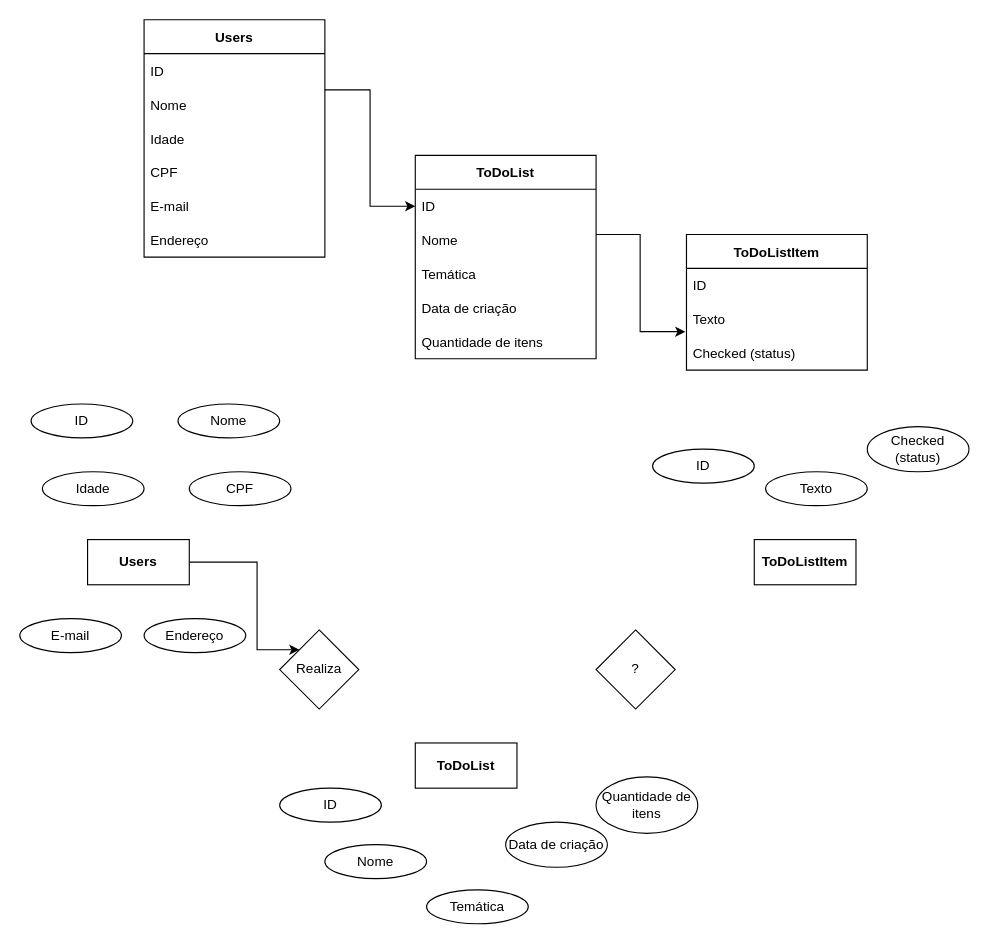
Earlier version of the draw.io diagram Aula-02/To-Do List.drawio (gabriela-gnsales/banco-de-dados). Source tidied: cells renumbered, new cells numbered last; positions are measured from the earlier drawing's top-left corner, leaving out a move shared by most shapes. Both pictures are drawn from the tidied source at 113%, with x=0, y=0 at pixel (19, 19).
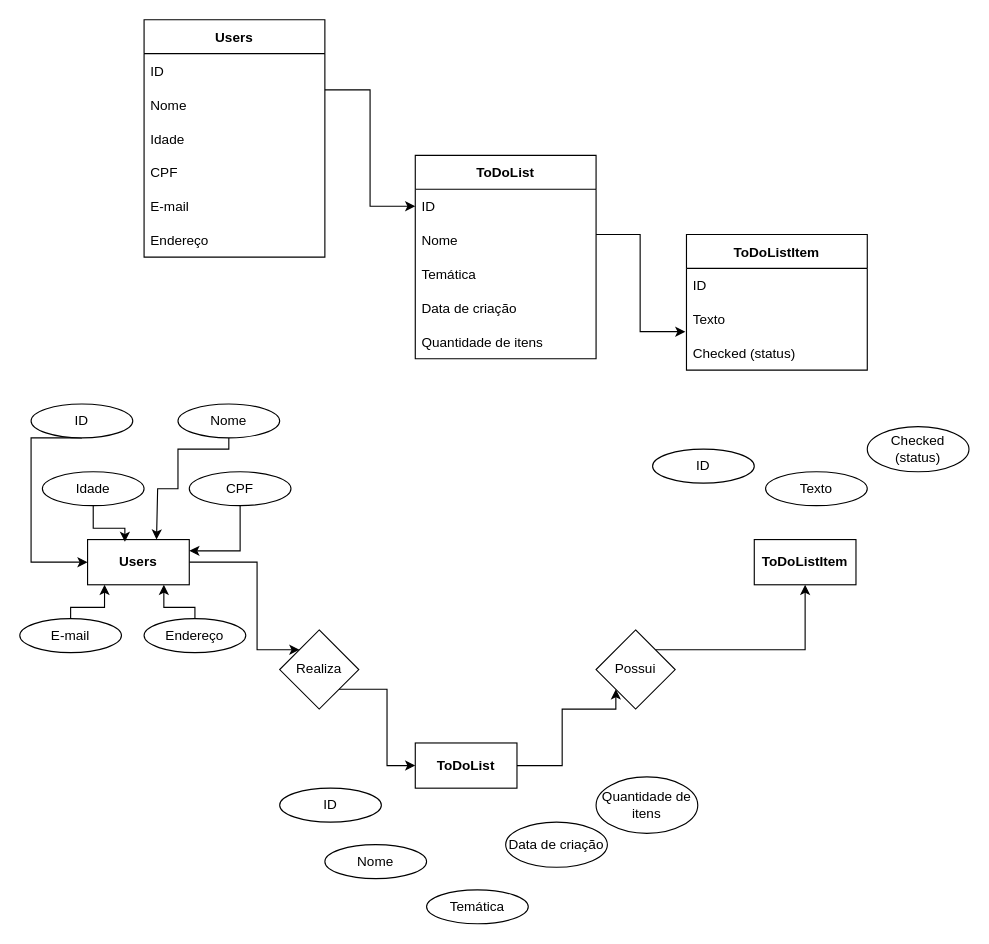
After the change.

Unchanged cells that the change refers to:
```xml
<mxCell id="21" value="Realiza" style="rhombus;whiteSpace=wrap;html=1;" parent="1" vertex="1">
  <mxGeometry x="230" y="540" width="70" height="70" as="geometry" />
</mxCell>
<mxCell id="23" value="&lt;b&gt;Users&lt;/b&gt;" style="rounded=0;whiteSpace=wrap;html=1;" parent="1" vertex="1">
  <mxGeometry x="60" y="460" width="90" height="40" as="geometry" />
</mxCell>
<mxCell id="24" value="&lt;span style=&quot;font-weight: 700&quot;&gt;ToDoList&lt;/span&gt;" style="rounded=0;whiteSpace=wrap;html=1;" parent="1" vertex="1">
  <mxGeometry x="350" y="640" width="90" height="40" as="geometry" />
</mxCell>
<mxCell id="26" value="&lt;span style=&quot;font-weight: 700&quot;&gt;ToDoListItem&lt;/span&gt;" style="rounded=0;whiteSpace=wrap;html=1;" parent="1" vertex="1">
  <mxGeometry x="650" y="460" width="90" height="40" as="geometry" />
</mxCell>
<mxCell id="27" value="ID" style="ellipse;whiteSpace=wrap;html=1;" parent="1" vertex="1">
  <mxGeometry x="10" y="340" width="90" height="30" as="geometry" />
</mxCell>
<mxCell id="28" value="&lt;span style=&quot;text-align: left&quot;&gt;Endereço&lt;/span&gt;" style="ellipse;whiteSpace=wrap;html=1;" parent="1" vertex="1">
  <mxGeometry x="110" y="530" width="90" height="30" as="geometry" />
</mxCell>
<mxCell id="29" value="&lt;span style=&quot;text-align: left&quot;&gt;Nome&lt;/span&gt;" style="ellipse;whiteSpace=wrap;html=1;" parent="1" vertex="1">
  <mxGeometry x="140" y="340" width="90" height="30" as="geometry" />
</mxCell>
<mxCell id="30" value="&lt;span style=&quot;text-align: left&quot;&gt;Idade&lt;/span&gt;" style="ellipse;whiteSpace=wrap;html=1;" parent="1" vertex="1">
  <mxGeometry x="20" y="400" width="90" height="30" as="geometry" />
</mxCell>
<mxCell id="31" value="&lt;span style=&quot;text-align: left&quot;&gt;CPF&lt;/span&gt;" style="ellipse;whiteSpace=wrap;html=1;" parent="1" vertex="1">
  <mxGeometry x="150" y="400" width="90" height="30" as="geometry" />
</mxCell>
<mxCell id="32" value="&lt;span style=&quot;text-align: left&quot;&gt;E-mail&lt;/span&gt;" style="ellipse;whiteSpace=wrap;html=1;" parent="1" vertex="1">
  <mxGeometry y="530" width="90" height="30" as="geometry" />
</mxCell>
```

Change to the diagram source:
```diff
@@
+    <mxCell id="41" style="edgeStyle=orthogonalEdgeStyle;rounded=0;jettySize=auto;html=1;exitX=1;exitY=1;exitDx=0;exitDy=0;entryX=0;entryY=0.5;entryDx=0;entryDy=0;" parent="1" edge="1" source="21" target="24">
+      <mxGeometry relative="1" as="geometry" />
+    </mxCell>
@@
+    <mxCell id="42" style="edgeStyle=orthogonalEdgeStyle;rounded=0;jettySize=auto;html=1;exitX=1;exitY=0.5;exitDx=0;exitDy=0;entryX=0;entryY=1;entryDx=0;entryDy=0;" parent="1" edge="1" source="24" target="25">
+      <mxGeometry relative="1" as="geometry">
+        <Array as="points">
+          <mxPoint x="480" y="660" />
+          <mxPoint x="480" y="610" />
+          <mxPoint x="528" y="610" />
+        </Array>
+      </mxGeometry>
+    </mxCell>
@@
+    <mxCell id="43" style="edgeStyle=orthogonalEdgeStyle;rounded=0;jettySize=auto;html=1;exitX=1;exitY=0;exitDx=0;exitDy=0;entryX=0.5;entryY=1;entryDx=0;entryDy=0;" parent="1" edge="1" source="25" target="26">
+      <mxGeometry relative="1" as="geometry" />
+    </mxCell>
-    <mxCell id="25" value="?" style="rhombus;whiteSpace=wrap;html=1;" parent="1" vertex="1">
+    <mxCell id="25" value="Possui" style="rhombus;whiteSpace=wrap;html=1;" parent="1" vertex="1">
       <mxGeometry x="510" y="540" width="70" height="70" as="geometry" />
     </mxCell>
@@
+    <mxCell id="44" style="edgeStyle=orthogonalEdgeStyle;rounded=0;jettySize=auto;html=1;exitX=0.5;exitY=1;exitDx=0;exitDy=0;entryX=0;entryY=0.5;entryDx=0;entryDy=0;" parent="1" edge="1" source="27" target="23">
+      <mxGeometry relative="1" as="geometry">
+        <Array as="points">
+          <mxPoint x="10" y="370" />
+          <mxPoint x="10" y="480" />
+        </Array>
+      </mxGeometry>
+    </mxCell>
@@
+    <mxCell id="45" style="edgeStyle=orthogonalEdgeStyle;rounded=0;jettySize=auto;html=1;exitX=0.5;exitY=0;exitDx=0;exitDy=0;entryX=0.75;entryY=1;entryDx=0;entryDy=0;" parent="1" edge="1" source="28" target="23">
+      <mxGeometry relative="1" as="geometry">
+        <Array as="points">
+          <mxPoint x="155" y="520" />
+          <mxPoint x="128" y="520" />
+        </Array>
+      </mxGeometry>
+    </mxCell>
@@
+    <mxCell id="46" style="edgeStyle=orthogonalEdgeStyle;rounded=0;jettySize=auto;html=1;exitX=0.5;exitY=1;exitDx=0;exitDy=0;entryX=0.678;entryY=0;entryDx=0;entryDy=0;entryPerimeter=0;" parent="1" edge="1" source="29" target="23">
+      <mxGeometry relative="1" as="geometry">
+        <Array as="points">
+          <mxPoint x="185" y="380" />
+          <mxPoint x="140" y="380" />
+          <mxPoint x="140" y="415" />
+          <mxPoint x="122" y="415" />
+        </Array>
+      </mxGeometry>
+    </mxCell>
@@
+    <mxCell id="47" style="edgeStyle=orthogonalEdgeStyle;rounded=0;jettySize=auto;html=1;exitX=0.5;exitY=1;exitDx=0;exitDy=0;entryX=0.367;entryY=0.05;entryDx=0;entryDy=0;entryPerimeter=0;" parent="1" edge="1" source="30" target="23">
+      <mxGeometry relative="1" as="geometry" />
+    </mxCell>
@@
+    <mxCell id="48" style="edgeStyle=orthogonalEdgeStyle;rounded=0;jettySize=auto;html=1;exitX=0.5;exitY=1;exitDx=0;exitDy=0;entryX=1;entryY=0.25;entryDx=0;entryDy=0;" parent="1" edge="1" source="31" target="23">
+      <mxGeometry relative="1" as="geometry">
+        <Array as="points">
+          <mxPoint x="195" y="470" />
+        </Array>
+      </mxGeometry>
+    </mxCell>
@@
+    <mxCell id="49" style="edgeStyle=orthogonalEdgeStyle;rounded=0;jettySize=auto;html=1;exitX=0.5;exitY=0;exitDx=0;exitDy=0;entryX=0.167;entryY=1;entryDx=0;entryDy=0;entryPerimeter=0;" parent="1" edge="1" source="32" target="23">
+      <mxGeometry relative="1" as="geometry">
+        <Array as="points">
+          <mxPoint x="45" y="520" />
+          <mxPoint x="75" y="520" />
+        </Array>
+      </mxGeometry>
+    </mxCell>
```
